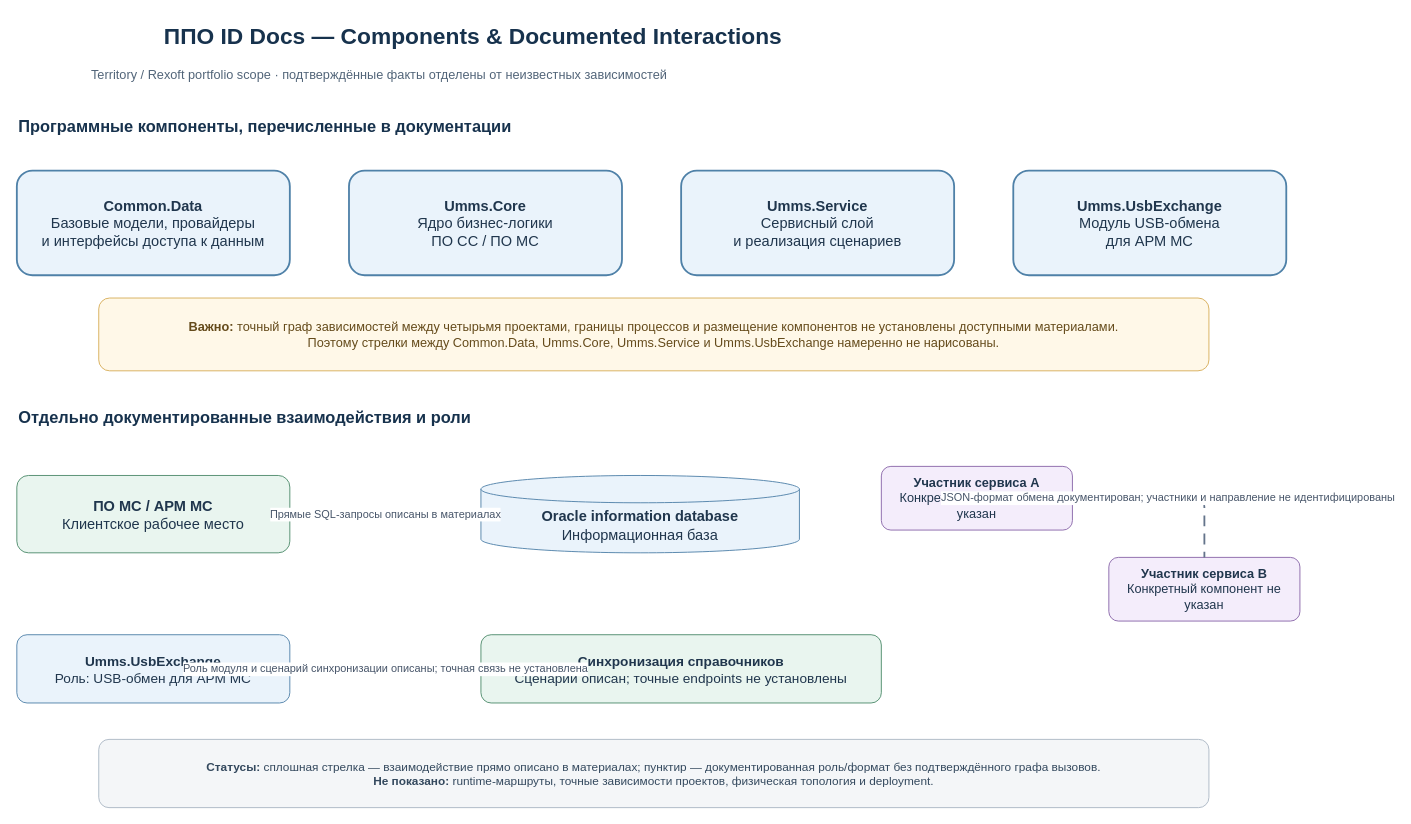
This is docs/diagrams/system-architecture-components.drawio from ekatmoz88-alt/territory-docs, a draw.io file, before an edit. Source tidied: cells renumbered, new cells numbered last; positions are measured from the earlier drawing's top-left corner, leaving out a move shared by most shapes. Both pictures are drawn from the tidied source at 91%, with x=0, y=0 at pixel (16, 15).
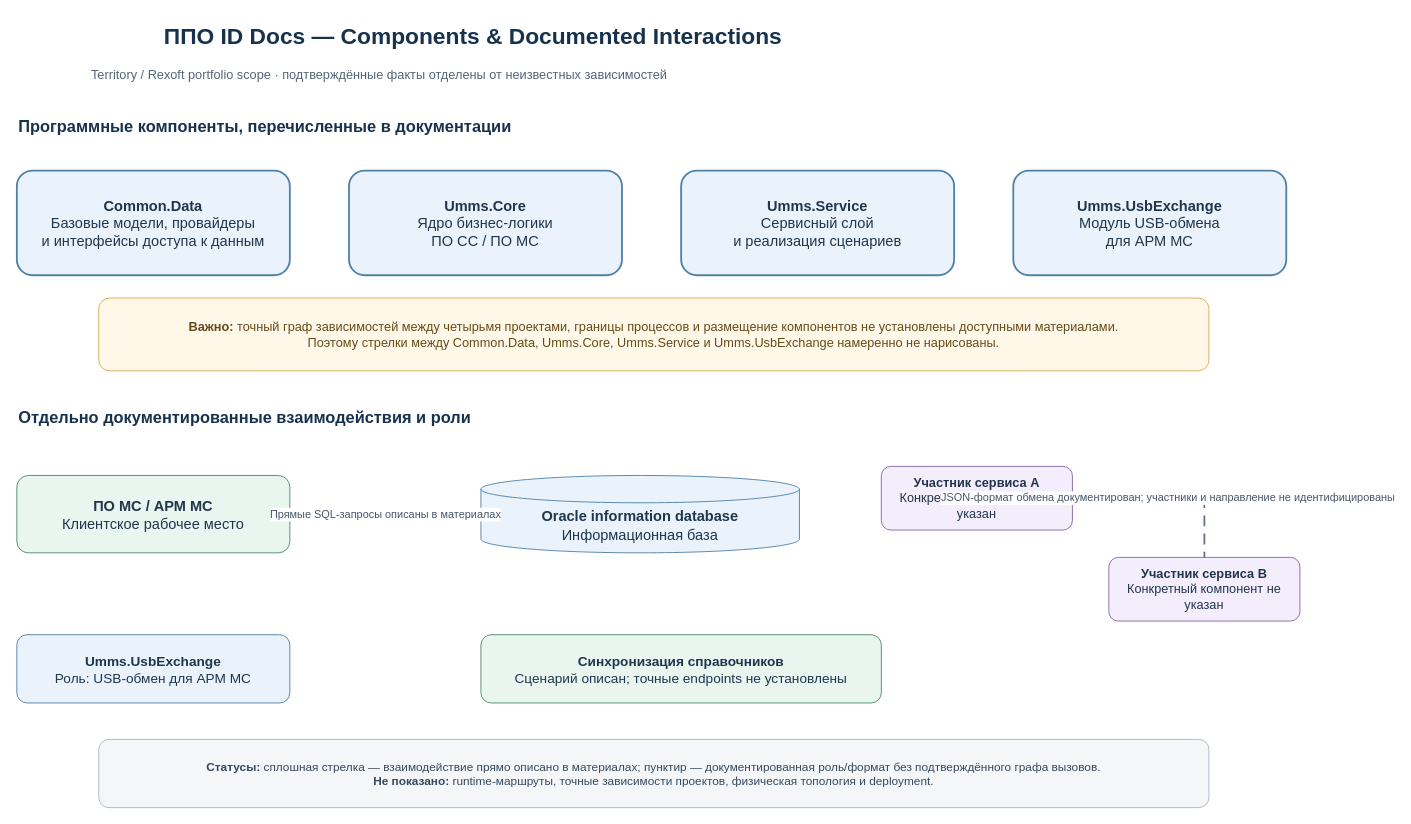
The same diagram, later.

Commit message:
docs: remove unsupported USB synchronization edge

Unchanged cells that the change refers to:
```xml
<mxCell id="17" value="&lt;b&gt;Umms.UsbExchange&lt;/b&gt;&lt;br&gt;Роль: USB-обмен для АРМ МС" style="rounded=1;whiteSpace=wrap;html=1;align=center;verticalAlign=middle;fontFamily=Arial;fillColor=#eaf3fb;strokeColor=#4f81a8;fontSize=15;fontColor=#20364d;" parent="1" vertex="1">
  <mxGeometry y="680" width="300" height="75" as="geometry" />
</mxCell>
<mxCell id="18" value="&lt;b&gt;Синхронизация справочников&lt;/b&gt;&lt;br&gt;Сценарий описан; точные endpoints не установлены" style="rounded=1;whiteSpace=wrap;html=1;align=center;verticalAlign=middle;fontFamily=Arial;fillColor=#e9f5ef;strokeColor=#4d8b6b;fontSize=15;fontColor=#20364d;" parent="1" vertex="1">
  <mxGeometry x="510" y="680" width="440" height="75" as="geometry" />
</mxCell>
```

Change to the diagram source:
```diff
@@
-    <mxCell id="19" value="Роль модуля и сценарий синхронизации описаны; точная связь не установлена" style="edgeStyle=orthogonalEdgeStyle;rounded=1;jettySize=auto;html=1;startArrow=none;startFill=0;endArrow=none;endFill=0;strokeColor=#64748b;strokeWidth=2;dashed=1;dashPattern=6 4;fontSize=12;fontColor=#475569;labelBackgroundColor=#ffffff;" parent="1" edge="1" source="17" target="18">
-      <mxGeometry relative="1" as="geometry" />
-    </mxCell>
```
